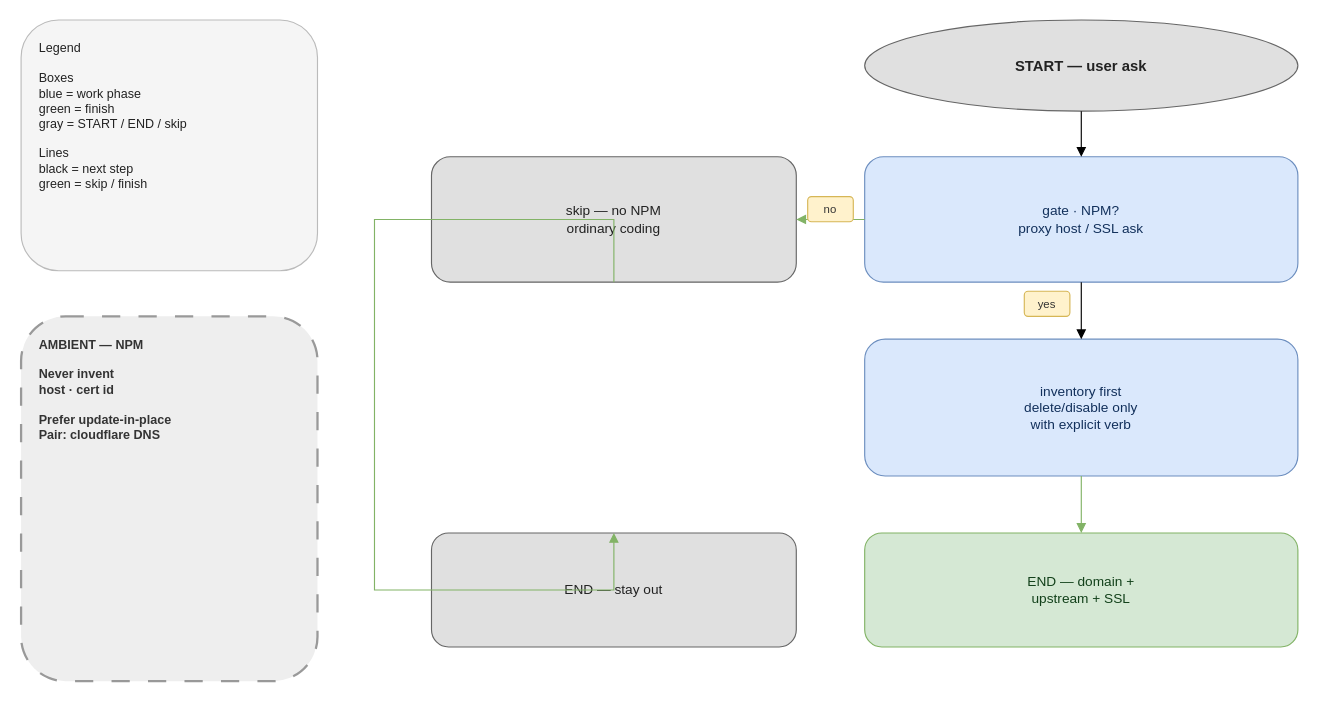
nodadyoushutup/marketplace keeps this draw.io diagram as plugins/nginx-proxy-manager/docs/nginx-proxy-manager-workflow.drawio. Above is the earlier version. Source tidied: cells renumbered, new cells numbered last; positions are measured from the earlier drawing's top-left corner, leaving out a move shared by most shapes. Both pictures are drawn from the tidied source at 114%, with x=0, y=0 at pixel (21, 19).
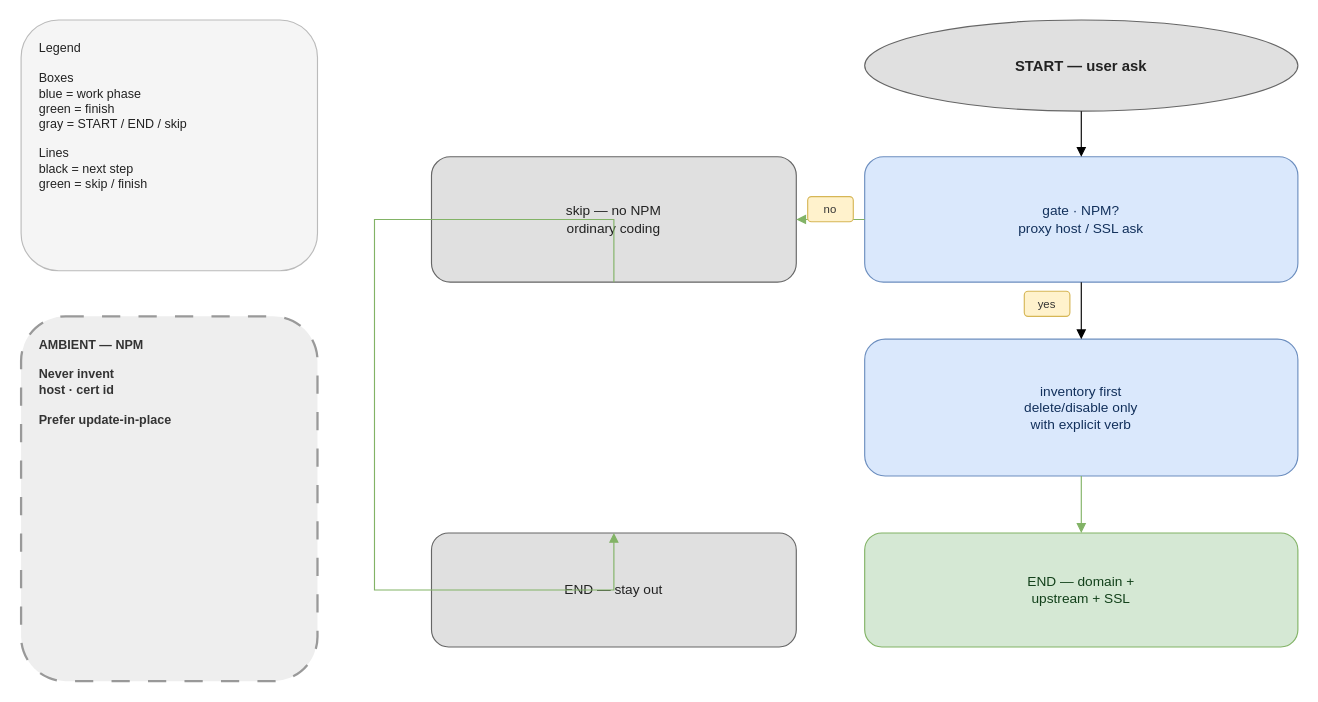
After the change.

What changed in the source:
```diff
@@
 <mxGraphModel>
   <root>
     <mxCell id="0" />
     <mxCell id="1" parent="0" />
     <mxCell id="2" value="Legend&#10;&#10;Boxes&#10;blue = work phase&#10;green = finish&#10;gray = START / END / skip&#10;&#10;Lines&#10;black = next step&#10;green = skip / finish" style="rounded=1;whiteSpace=wrap;html=1;align=left;verticalAlign=top;spacingLeft=14;spacingRight=14;spacingTop=12;spacingBottom=12;fontSize=11;fillColor=#f5f5f5;strokeColor=#bbbbbb;fontColor=#222222;" parent="1" vertex="1">
       <mxGeometry width="260" height="220" as="geometry" />
     </mxCell>
-    <mxCell id="3" value="AMBIENT — NPM&#10;&#10;Never invent&#10;host · cert id&#10;&#10;Prefer update-in-place&#10;Pair: cloudflare DNS" style="rounded=1;whiteSpace=wrap;html=1;dashed=1;dashPattern=8 8;align=left;verticalAlign=top;spacingLeft=14;spacingRight=14;spacingTop=12;spacingBottom=12;fontSize=11;fontStyle=1;fillColor=#eeeeee;strokeColor=#999999;strokeWidth=2;fontColor=#333333;" parent="1" vertex="1">
+    <mxCell id="3" value="AMBIENT — NPM&#10;&#10;Never invent&#10;host · cert id&#10;&#10;Prefer update-in-place&#10;" style="rounded=1;whiteSpace=wrap;html=1;dashed=1;dashPattern=8 8;align=left;verticalAlign=top;spacingLeft=14;spacingRight=14;spacingTop=12;spacingBottom=12;fontSize=11;fontStyle=1;fillColor=#eeeeee;strokeColor=#999999;strokeWidth=2;fontColor=#333333;" parent="1" vertex="1">
       <mxGeometry y="260" width="260" height="320" as="geometry" />
     </mxCell>
     <mxCell id="4" value="START — user ask" style="ellipse;whiteSpace=wrap;html=1;align=center;verticalAlign=middle;fontSize=13;fontStyle=1;fillColor=#e0e0e0;strokeColor=#666666;fontColor=#222222;" parent="1" vertex="1">
       <mxGeometry x="740" width="380" height="80" as="geometry" />
     </mxCell>
     <mxCell id="5" value="gate · NPM?&#10;proxy host / SSL ask" style="rounded=1;whiteSpace=wrap;html=1;align=center;verticalAlign=middle;spacingLeft=12;spacingRight=12;fontSize=12;fillColor=#dae8fc;strokeColor=#6c8ebf;fontColor=#12305B;" parent="1" vertex="1">
       <mxGeometry x="740" y="120" width="380" height="110" as="geometry" />
     </mxCell>
     <mxCell id="6" value="skip — no NPM&#10;ordinary coding" style="rounded=1;whiteSpace=wrap;html=1;align=center;verticalAlign=middle;spacingLeft=12;spacingRight=12;fontSize=12;fillColor=#e0e0e0;strokeColor=#666666;fontColor=#222222;" parent="1" vertex="1">
       <mxGeometry x="360" y="120" width="320" height="110" as="geometry" />
     </mxCell>
     <mxCell id="7" value="inventory first&#10;delete/disable only&#10;with explicit verb" style="rounded=1;whiteSpace=wrap;html=1;align=center;verticalAlign=middle;spacingLeft=12;spacingRight=12;fontSize=12;fillColor=#dae8fc;strokeColor=#6c8ebf;fontColor=#12305B;" parent="1" vertex="1">
       <mxGeometry x="740" y="280" width="380" height="120" as="geometry" />
     </mxCell>
     <mxCell id="8" value="END — domain +&#10;upstream + SSL" style="rounded=1;whiteSpace=wrap;html=1;align=center;verticalAlign=middle;spacingLeft=12;spacingRight=12;fontSize=12;fillColor=#d5e8d4;strokeColor=#82b366;fontColor=#12401A;" parent="1" vertex="1">
       <mxGeometry x="740" y="450" width="380" height="100" as="geometry" />
     </mxCell>
     <mxCell id="9" value="END — stay out" style="rounded=1;whiteSpace=wrap;html=1;align=center;verticalAlign=middle;spacingLeft=12;spacingRight=12;fontSize=12;fillColor=#e0e0e0;strokeColor=#666666;fontColor=#222222;" parent="1" vertex="1">
       <mxGeometry x="360" y="450" width="320" height="100" as="geometry" />
     </mxCell>
     <mxCell id="10" style="edgeStyle=orthogonalEdgeStyle;rounded=0;html=1;endArrow=block;jumpStyle=arc;jumpSize=10;exitX=0.5;exitY=1;entryX=0.5;entryY=0;" parent="1" edge="1" source="4" target="5">
       <mxGeometry relative="1" as="geometry" />
     </mxCell>
     <mxCell id="11" style="edgeStyle=orthogonalEdgeStyle;rounded=0;html=1;endArrow=block;jumpStyle=arc;jumpSize=10;strokeColor=#82b366;exitX=0;exitY=0.5;entryX=1;entryY=0.5;" parent="1" edge="1" source="5" target="6">
       <mxGeometry relative="1" as="geometry" />
     </mxCell>
     <mxCell id="12" value="no" style="rounded=1;whiteSpace=wrap;html=1;align=center;verticalAlign=middle;fontSize=10;fillColor=#fff2cc;strokeColor=#d6b656;fontColor=#333333;" parent="1" vertex="1">
       <mxGeometry x="690" y="155" width="40" height="22" as="geometry" />
     </mxCell>
     <mxCell id="13" style="edgeStyle=orthogonalEdgeStyle;rounded=0;html=1;endArrow=block;jumpStyle=arc;jumpSize=10;exitX=0.5;exitY=1;entryX=0.5;entryY=0;" parent="1" edge="1" source="5" target="7">
       <mxGeometry relative="1" as="geometry" />
     </mxCell>
     <mxCell id="14" value="yes" style="rounded=1;whiteSpace=wrap;html=1;align=center;verticalAlign=middle;fontSize=10;fillColor=#fff2cc;strokeColor=#d6b656;fontColor=#333333;" parent="1" vertex="1">
       <mxGeometry x="880" y="238" width="40" height="22" as="geometry" />
     </mxCell>
     <mxCell id="15" style="edgeStyle=orthogonalEdgeStyle;rounded=0;html=1;endArrow=block;jumpStyle=arc;jumpSize=10;strokeColor=#82b366;exitX=0.5;exitY=1;entryX=0.5;entryY=0;" parent="1" edge="1" source="7" target="8">
       <mxGeometry relative="1" as="geometry" />
     </mxCell>
     <mxCell id="16" style="edgeStyle=orthogonalEdgeStyle;rounded=0;html=1;endArrow=block;jumpStyle=arc;jumpSize=10;strokeColor=#82b366;exitX=0.5;exitY=1;entryX=0.5;entryY=0;" parent="1" edge="1" source="6" target="9">
       <mxGeometry relative="1" as="geometry">
         <Array as="points">
           <mxPoint x="310" y="175" />
           <mxPoint x="310" y="500" />
         </Array>
       </mxGeometry>
     </mxCell>
   </root>
 </mxGraphModel>
```
